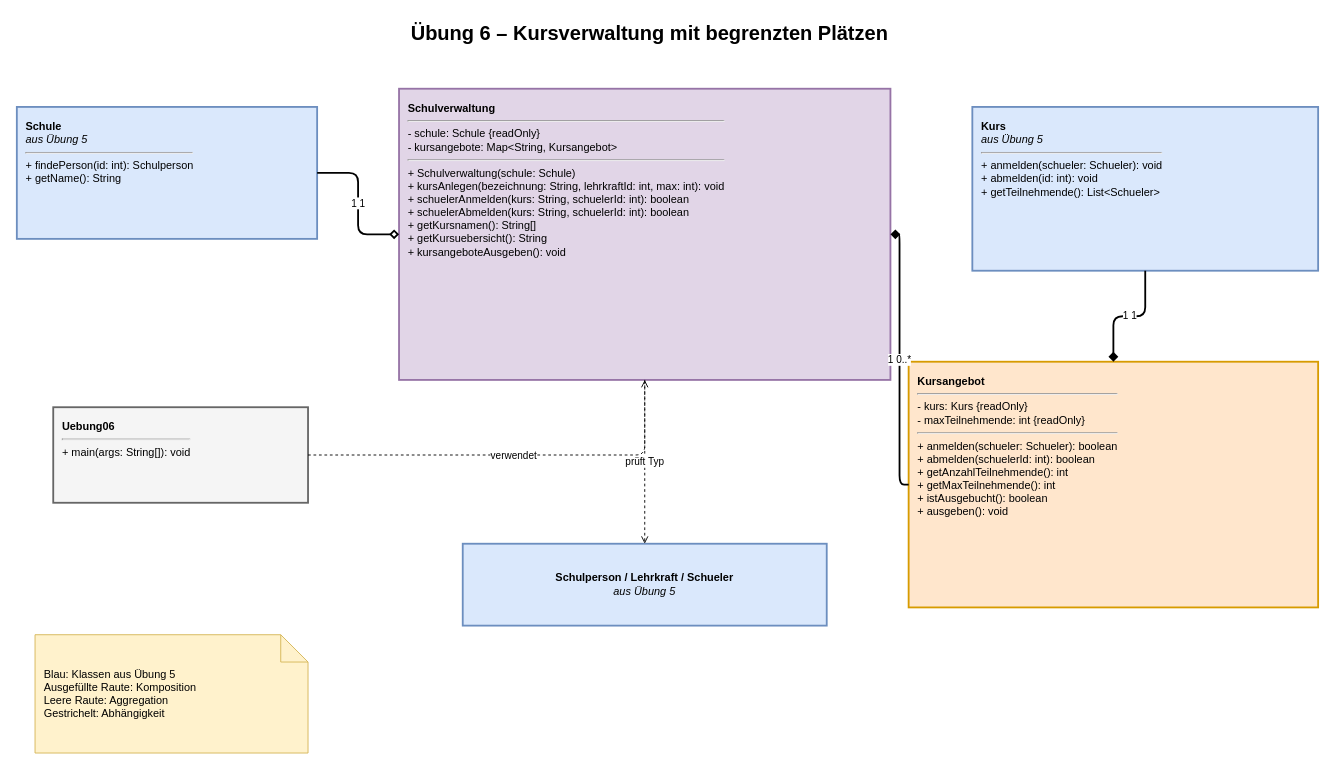
The draw.io diagram diagramme/uebung06_kursverwaltung.drawio in thehahue/oop, before the edit. Source tidied: cells renumbered, new cells numbered last; positions are measured from the earlier drawing's top-left corner, leaving out a move shared by most shapes. Both pictures are drawn from the tidied source at 91%, with x=0, y=0 at pixel (16, 15).
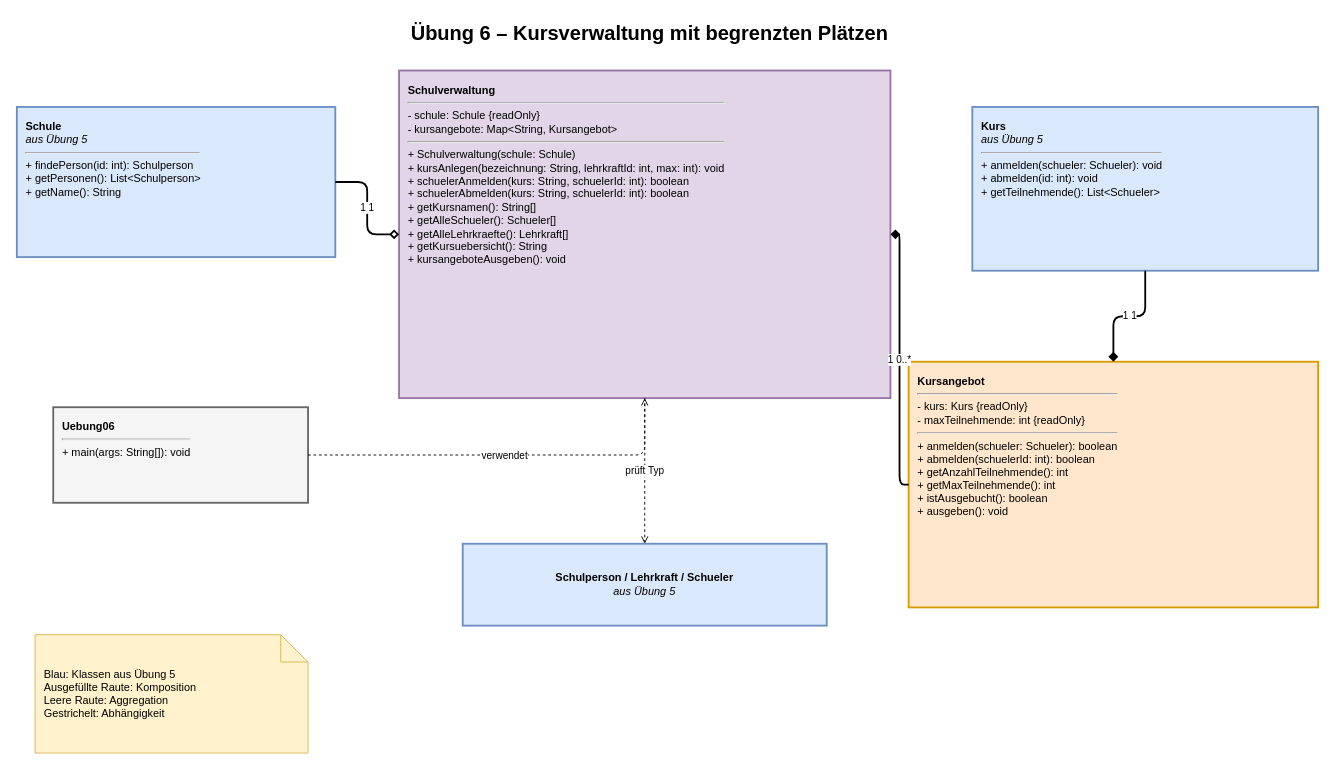
The same page after the edit.

The edit, as a diff of the source:
```diff
@@
 <mxGraphModel>
   <root>
     <mxCell id="0" />
     <mxCell id="1" parent="0" />
     <mxCell id="2" value="Übung 6 – Kursverwaltung mit begrenzten Plätzen" style="text;html=1;align=center;fontSize=22;fontStyle=1;" parent="1" vertex="1">
       <mxGeometry x="370" width="650" height="40" as="geometry" />
     </mxCell>
-    <mxCell id="3" value="&lt;b&gt;Schule&lt;/b&gt;&lt;br&gt;&lt;i&gt;aus Übung 5&lt;/i&gt;&lt;hr&gt;+ findePerson(id: int): Schulperson&lt;br&gt;+ getName(): String" style="rounded=0;verticalAlign=top;spacingTop=8;html=1;strokeWidth=2;fillColor=#dae8fc;strokeColor=#6c8ebf;align=left;spacingLeft=8;whiteSpace=wrap;" parent="1" vertex="1">
-      <mxGeometry y="100" width="330" height="145" as="geometry" />
+    <mxCell id="3" value="&lt;b&gt;Schule&lt;/b&gt;&lt;br&gt;&lt;i&gt;aus Übung 5&lt;/i&gt;&lt;hr&gt;+ findePerson(id: int): Schulperson&lt;br&gt;+ getPersonen(): List&amp;lt;Schulperson&amp;gt;&lt;br&gt;+ getName(): String" style="rounded=0;verticalAlign=top;spacingTop=8;html=1;strokeWidth=2;fillColor=#dae8fc;strokeColor=#6c8ebf;align=left;spacingLeft=8;whiteSpace=wrap;" parent="1" vertex="1">
+      <mxGeometry y="100" width="350" height="165" as="geometry" />
     </mxCell>
     <mxCell id="4" value="&lt;b&gt;Kurs&lt;/b&gt;&lt;br&gt;&lt;i&gt;aus Übung 5&lt;/i&gt;&lt;hr&gt;+ anmelden(schueler: Schueler): void&lt;br&gt;+ abmelden(id: int): void&lt;br&gt;+ getTeilnehmende(): List&amp;lt;Schueler&amp;gt;" style="rounded=0;verticalAlign=top;spacingTop=8;html=1;strokeWidth=2;fillColor=#dae8fc;strokeColor=#6c8ebf;align=left;spacingLeft=8;whiteSpace=wrap;" parent="1" vertex="1">
       <mxGeometry x="1050" y="100" width="380" height="180" as="geometry" />
     </mxCell>
     <mxCell id="5" value="&lt;b&gt;Schulperson / Lehrkraft / Schueler&lt;/b&gt;&lt;br&gt;&lt;i&gt;aus Übung 5&lt;/i&gt;" style="rounded=0;verticalAlign=middle;html=1;strokeWidth=2;fillColor=#dae8fc;strokeColor=#6c8ebf;align=center;whiteSpace=wrap;" parent="1" vertex="1">
       <mxGeometry x="490" y="580" width="400" height="90" as="geometry" />
     </mxCell>
-    <mxCell id="6" value="&lt;b&gt;Schulverwaltung&lt;/b&gt;&lt;hr&gt;- schule: Schule {readOnly}&lt;br&gt;- kursangebote: Map&amp;lt;String, Kursangebot&amp;gt;&lt;hr&gt;+ Schulverwaltung(schule: Schule)&lt;br&gt;+ kursAnlegen(bezeichnung: String, lehrkraftId: int, max: int): void&lt;br&gt;+ schuelerAnmelden(kurs: String, schuelerId: int): boolean&lt;br&gt;+ schuelerAbmelden(kurs: String, schuelerId: int): boolean&lt;br&gt;+ getKursnamen(): String[]&lt;br&gt;+ getKursuebersicht(): String&lt;br&gt;+ kursangeboteAusgeben(): void" style="rounded=0;verticalAlign=top;spacingTop=8;html=1;strokeWidth=2;fillColor=#e1d5e7;strokeColor=#9673a6;align=left;spacingLeft=8;whiteSpace=wrap;" parent="1" vertex="1">
-      <mxGeometry x="420" y="80" width="540" height="320" as="geometry" />
+    <mxCell id="6" value="&lt;b&gt;Schulverwaltung&lt;/b&gt;&lt;hr&gt;- schule: Schule {readOnly}&lt;br&gt;- kursangebote: Map&amp;lt;String, Kursangebot&amp;gt;&lt;hr&gt;+ Schulverwaltung(schule: Schule)&lt;br&gt;+ kursAnlegen(bezeichnung: String, lehrkraftId: int, max: int): void&lt;br&gt;+ schuelerAnmelden(kurs: String, schuelerId: int): boolean&lt;br&gt;+ schuelerAbmelden(kurs: String, schuelerId: int): boolean&lt;br&gt;+ getKursnamen(): String[]&lt;br&gt;+ getAlleSchueler(): Schueler[]&lt;br&gt;+ getAlleLehrkraefte(): Lehrkraft[]&lt;br&gt;+ getKursuebersicht(): String&lt;br&gt;+ kursangeboteAusgeben(): void" style="rounded=0;verticalAlign=top;spacingTop=8;html=1;strokeWidth=2;fillColor=#e1d5e7;strokeColor=#9673a6;align=left;spacingLeft=8;whiteSpace=wrap;" parent="1" vertex="1">
+      <mxGeometry x="420" y="60" width="540" height="360" as="geometry" />
     </mxCell>
     <mxCell id="7" value="&lt;b&gt;Kursangebot&lt;/b&gt;&lt;hr&gt;- kurs: Kurs {readOnly}&lt;br&gt;- maxTeilnehmende: int {readOnly}&lt;hr&gt;+ anmelden(schueler: Schueler): boolean&lt;br&gt;+ abmelden(schuelerId: int): boolean&lt;br&gt;+ getAnzahlTeilnehmende(): int&lt;br&gt;+ getMaxTeilnehmende(): int&lt;br&gt;+ istAusgebucht(): boolean&lt;br&gt;+ ausgeben(): void" style="rounded=0;verticalAlign=top;spacingTop=8;html=1;strokeWidth=2;fillColor=#ffe6cc;strokeColor=#d79b00;align=left;spacingLeft=8;whiteSpace=wrap;" parent="1" vertex="1">
       <mxGeometry x="980" y="380" width="450" height="270" as="geometry" />
     </mxCell>
     <mxCell id="8" value="&lt;b&gt;Uebung06&lt;/b&gt;&lt;hr&gt;+ main(args: String[]): void" style="rounded=0;verticalAlign=top;spacingTop=8;html=1;strokeWidth=2;fillColor=#f5f5f5;strokeColor=#666666;align=left;spacingLeft=8;whiteSpace=wrap;" parent="1" vertex="1">
       <mxGeometry x="40" y="430" width="280" height="105" as="geometry" />
     </mxCell>
     <mxCell id="9" value="1       1" style="edgeStyle=orthogonalEdgeStyle;html=1;startArrow=diamond;startFill=0;endArrow=none;strokeWidth=2;" parent="1" edge="1" source="6" target="3">
       <mxGeometry relative="1" as="geometry" />
     </mxCell>
     <mxCell id="10" value="1       0..*" style="edgeStyle=orthogonalEdgeStyle;html=1;startArrow=diamond;startFill=1;endArrow=none;strokeWidth=2;" parent="1" edge="1" source="6" target="7">
       <mxGeometry relative="1" as="geometry" />
     </mxCell>
     <mxCell id="11" value="1       1" style="edgeStyle=orthogonalEdgeStyle;html=1;startArrow=diamond;startFill=1;endArrow=none;strokeWidth=2;" parent="1" edge="1" source="7" target="4">
       <mxGeometry relative="1" as="geometry" />
     </mxCell>
     <mxCell id="12" value="prüft Typ" style="edgeStyle=orthogonalEdgeStyle;html=1;dashed=1;endArrow=open;endFill=0;" parent="1" edge="1" source="6" target="5">
       <mxGeometry relative="1" as="geometry" />
     </mxCell>
     <mxCell id="13" value="verwendet" style="edgeStyle=orthogonalEdgeStyle;html=1;dashed=1;endArrow=open;endFill=0;" parent="1" edge="1" source="8" target="6">
       <mxGeometry relative="1" as="geometry" />
     </mxCell>
     <mxCell id="14" value="Blau: Klassen aus Übung 5&#10;Ausgefüllte Raute: Komposition&#10;Leere Raute: Aggregation&#10;Gestrichelt: Abhängigkeit" style="shape=note;whiteSpace=wrap;html=1;fillColor=#fff2cc;strokeColor=#d6b656;align=left;spacingLeft=8;" parent="1" vertex="1">
       <mxGeometry x="20" y="680" width="300" height="130" as="geometry" />
     </mxCell>
   </root>
 </mxGraphModel>
```
